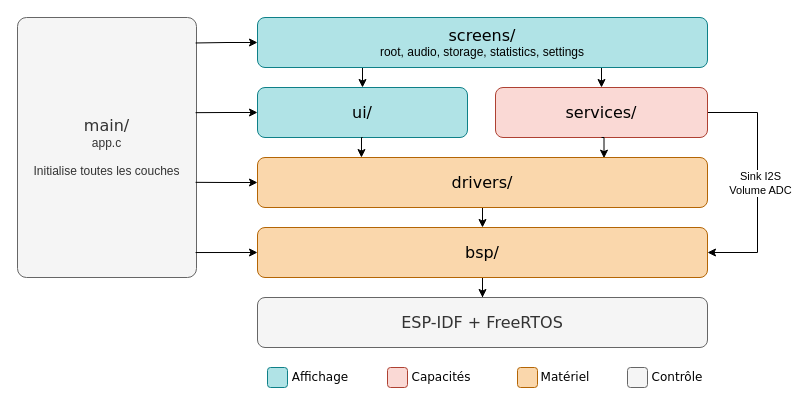
Earlier version of the draw.io diagram assets/figures/Architecture_logicielle.drawio (dossantosyann/TB2026-YDS-Report). Source tidied: cells renumbered, new cells numbered last; positions are measured from the earlier drawing's top-left corner, leaving out a move shared by most shapes. Both pictures are drawn from the tidied source at 100%, with x=0, y=0 at pixel (17, 17).
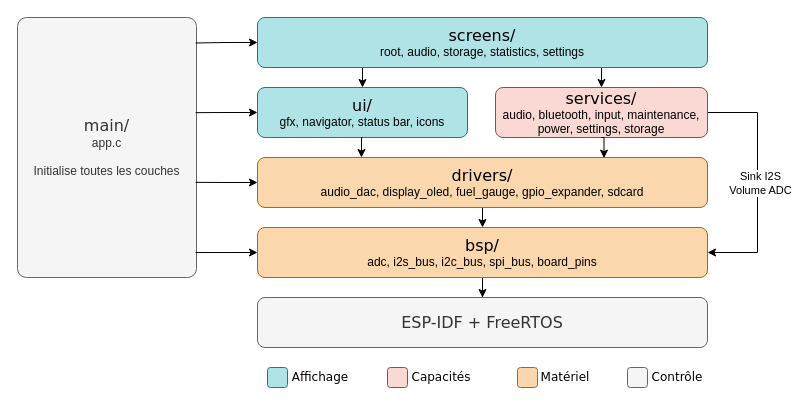
After the change.

Commit message:
Mettre à jour Architecture_logicielle.drawio

What changed in the source:
```diff
@@
-    <mxCell id="6" value="&lt;div&gt;&lt;font face=&quot;Verdana&quot; style=&quot;font-size: 16px;&quot;&gt;ui/&lt;/font&gt;&lt;/div&gt;" style="rounded=1;whiteSpace=wrap;html=1;fillColor=#b0e3e6;strokeColor=#0e8088;" parent="1" vertex="1">
+    <mxCell id="6" value="&lt;div&gt;&lt;font face=&quot;Verdana&quot; style=&quot;font-size: 16px;&quot;&gt;ui/&lt;/font&gt;&lt;/div&gt;&lt;div&gt;gfx, navigator, status bar, icons&lt;/div&gt;" style="rounded=1;whiteSpace=wrap;html=1;fillColor=#b0e3e6;strokeColor=#0e8088;" parent="1" vertex="1">
       <mxGeometry x="240" y="70" width="210" height="50" as="geometry" />
     </mxCell>
@@
-    <mxCell id="8" value="&lt;font face=&quot;Verdana&quot; style=&quot;font-size: 16px;&quot;&gt;drivers/&lt;/font&gt;" style="rounded=1;whiteSpace=wrap;html=1;fillColor=#fad7ac;strokeColor=#b46504;" parent="1" vertex="1">
+    <mxCell id="8" value="&lt;div&gt;&lt;font face=&quot;Verdana&quot; style=&quot;font-size: 16px;&quot;&gt;drivers/&lt;/font&gt;&lt;/div&gt;audio_dac, display_oled, fuel_gauge, gpio_expander, sdcard" style="rounded=1;whiteSpace=wrap;html=1;fillColor=#fad7ac;strokeColor=#b46504;" parent="1" vertex="1">
       <mxGeometry x="240" y="140" width="450" height="50" as="geometry" />
     </mxCell>
@@
-    <mxCell id="11" value="&lt;font face=&quot;Verdana&quot; style=&quot;font-size: 16px;&quot;&gt;services/&lt;/font&gt;" style="rounded=1;whiteSpace=wrap;html=1;fillColor=#fad9d5;strokeColor=#ae4132;" parent="1" vertex="1">
+    <mxCell id="11" value="&lt;div&gt;&lt;font face=&quot;Verdana&quot; style=&quot;font-size: 16px;&quot;&gt;services/&lt;/font&gt;&lt;/div&gt;audio, bluetooth, input, maintenance, power, settings, storage" style="rounded=1;whiteSpace=wrap;html=1;fillColor=#fad9d5;strokeColor=#ae4132;" parent="1" vertex="1">
       <mxGeometry x="478" y="70" width="212" height="50" as="geometry" />
     </mxCell>
@@
-    <mxCell id="13" value="&lt;div&gt;&lt;font face=&quot;Verdana&quot; style=&quot;font-size: 16px;&quot;&gt;bsp/&lt;/font&gt;&lt;/div&gt;" style="rounded=1;whiteSpace=wrap;html=1;fillColor=#fad7ac;strokeColor=#b46504;" parent="1" vertex="1">
+    <mxCell id="13" value="&lt;div&gt;&lt;font face=&quot;Verdana&quot; style=&quot;font-size: 16px;&quot;&gt;bsp/&lt;/font&gt;&lt;/div&gt;&lt;div&gt;adc, i2s_bus, i2c_bus, spi_bus, board_pins&lt;/div&gt;" style="rounded=1;whiteSpace=wrap;html=1;fillColor=#fad7ac;strokeColor=#b46504;" parent="1" vertex="1">
       <mxGeometry x="240" y="210" width="450" height="50" as="geometry" />
     </mxCell>
```
